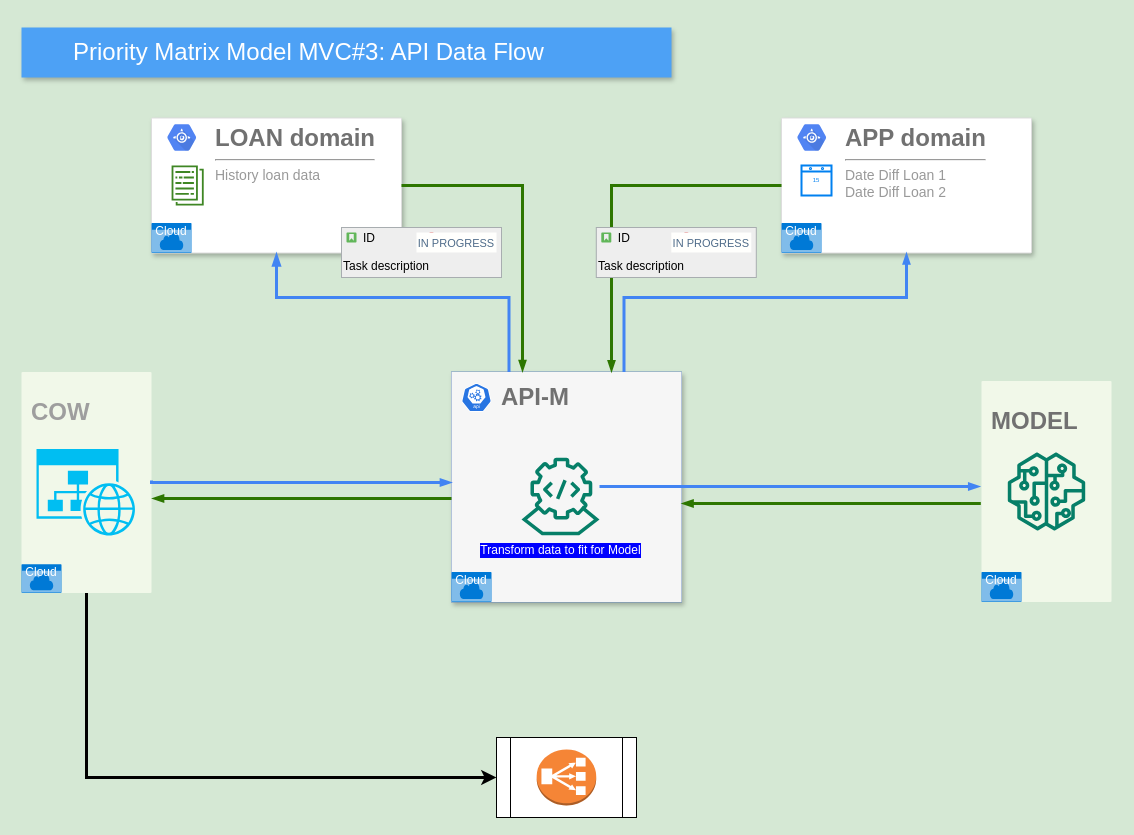
This is Copy of PriorityMatrixAPIDataFlow.drawio from kencheril/keep, a draw.io file, before an edit. Source tidied: cells renumbered, new cells numbered last; positions are measured from the earlier drawing's top-left corner, leaving out a move shared by most shapes. Both pictures are drawn from the tidied source at 100%, with x=0, y=0 at pixel (-77, 27).
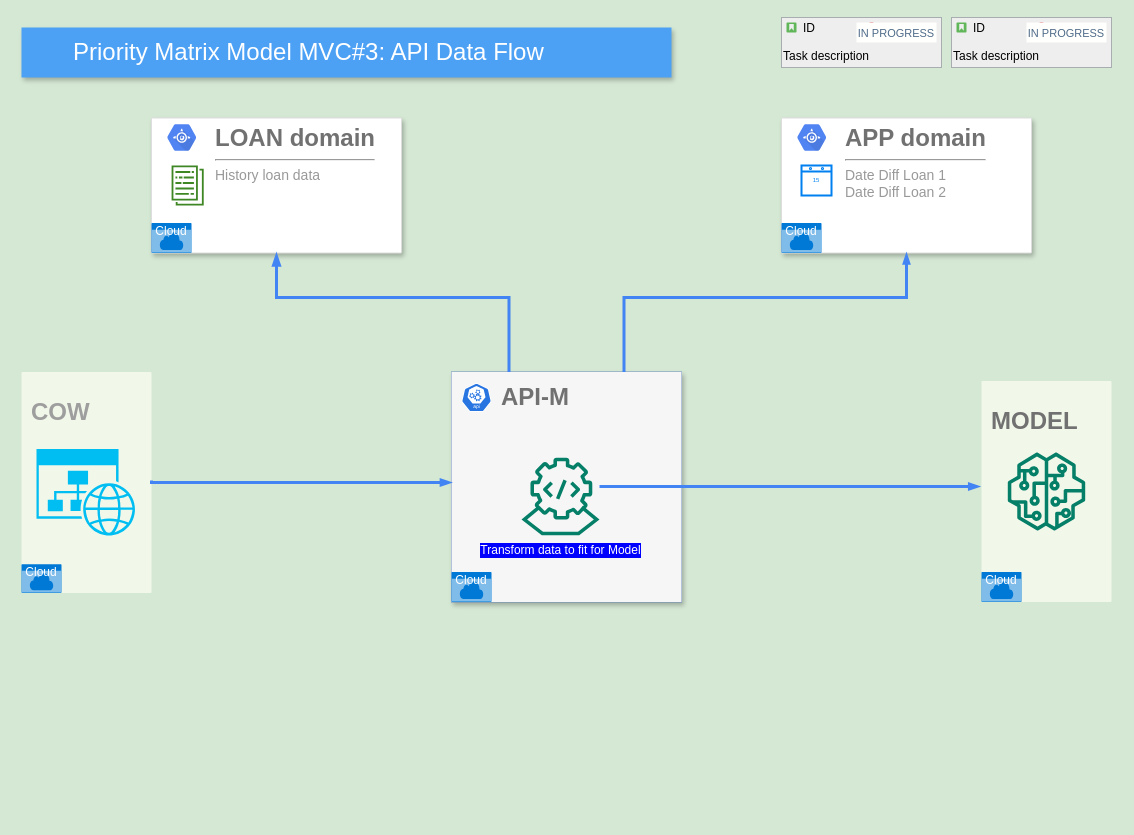
The same diagram, later.

Unchanged cells that the change refers to:
```xml
<mxCell id="6" value="&lt;h2&gt;&lt;font style=&quot;font-size: 24px;&quot;&gt;COW&lt;/font&gt;&lt;/h2&gt;" style="rounded=1;absoluteArcSize=1;arcSize=2;html=1;strokeColor=none;gradientColor=none;shadow=0;dashed=0;fontSize=12;fontColor=#9E9E9E;align=left;verticalAlign=top;spacing=10;spacingTop=-4;fillColor=#F1F8E9;" parent="5" vertex="1">
  <mxGeometry width="130" height="221" as="geometry" />
</mxCell>
<mxCell id="23" style="strokeColor=#dddddd;fillColor=#ffffff;shadow=1;strokeWidth=1;rounded=1;absoluteArcSize=1;arcSize=2;fontSize=11;fontColor=#9E9E9E;align=center;html=1;" parent="1" vertex="1">
  <mxGeometry x="858" y="90.5" width="250" height="135" as="geometry" />
</mxCell>
```

Change to the diagram source:
```diff
@@
-    <mxCell id="28" style="edgeStyle=elbowEdgeStyle;rounded=0;elbow=vertical;html=1;labelBackgroundColor=none;startFill=1;startSize=4;endArrow=blockThin;endFill=1;endSize=4;jettySize=auto;strokeColor=#2D7600;strokeWidth=3;fontSize=12;fontColor=#000000;align=left;dashed=0;entryX=0.626;entryY=-0.001;entryDx=0;entryDy=0;fillColor=#60a917;entryPerimeter=0;exitX=0;exitY=0.5;exitDx=0;exitDy=0;" parent="1" edge="1" source="23">
-      <mxGeometry relative="1" as="geometry">
-        <mxPoint x="688" y="344.3" as="targetPoint" />
-        <Array as="points">
-          <mxPoint x="764" y="158" />
-          <mxPoint x="579" y="370" />
-          <mxPoint x="419" y="382" />
-          <mxPoint x="409" y="422" />
-          <mxPoint x="409" y="372" />
-        </Array>
-      </mxGeometry>
-    </mxCell>
@@
-    <mxCell id="30" style="edgeStyle=elbowEdgeStyle;rounded=0;elbow=vertical;html=1;labelBackgroundColor=none;startFill=1;startSize=4;endArrow=blockThin;endFill=1;endSize=4;jettySize=auto;orthogonalLoop=1;strokeColor=#2D7600;strokeWidth=3;fontSize=12;fontColor=#000000;align=left;dashed=0;entryX=0.452;entryY=-0.002;entryDx=0;entryDy=0;fillColor=#60a917;entryPerimeter=0;" parent="1" edge="1">
-      <mxGeometry relative="1" as="geometry">
-        <mxPoint x="478" y="158" as="sourcePoint" />
-        <mxPoint x="599" y="344" as="targetPoint" />
-        <Array as="points">
-          <mxPoint x="525" y="158" />
-          <mxPoint x="515" y="120" />
-          <mxPoint x="520" y="340" />
-          <mxPoint x="360" y="352" />
-          <mxPoint x="350" y="392" />
-          <mxPoint x="350" y="342" />
-        </Array>
-      </mxGeometry>
-    </mxCell>
@@
-    <mxCell id="32" style="edgeStyle=elbowEdgeStyle;rounded=0;elbow=vertical;html=1;labelBackgroundColor=none;startFill=1;startSize=4;endArrow=blockThin;endFill=1;endSize=4;jettySize=auto;orthogonalLoop=1;strokeColor=#2D7600;strokeWidth=3;fontSize=12;fontColor=#000000;align=left;dashed=0;entryX=1.002;entryY=0.703;entryDx=0;entryDy=0;fillColor=#60a917;entryPerimeter=0;exitX=-0.005;exitY=0.69;exitDx=0;exitDy=0;exitPerimeter=0;" parent="1" edge="1">
-      <mxGeometry relative="1" as="geometry">
-        <mxPoint x="1057.3" y="476" as="sourcePoint" />
-        <mxPoint x="758.5" y="476.2" as="targetPoint" />
-        <Array as="points">
-          <mxPoint x="898" y="476" />
-          <mxPoint x="699" y="682" />
-          <mxPoint x="539" y="694" />
-          <mxPoint x="529" y="734" />
-          <mxPoint x="529" y="684" />
-        </Array>
-      </mxGeometry>
-    </mxCell>
-    <mxCell id="33" style="edgeStyle=elbowEdgeStyle;rounded=0;elbow=vertical;html=1;labelBackgroundColor=none;startFill=1;startSize=4;endArrow=blockThin;endFill=1;endSize=4;jettySize=auto;orthogonalLoop=1;strokeColor=#2D7600;strokeWidth=3;fontSize=12;fontColor=#000000;align=left;dashed=0;entryX=1.002;entryY=0.703;entryDx=0;entryDy=0;fillColor=#60a917;entryPerimeter=0;exitX=-0.005;exitY=0.69;exitDx=0;exitDy=0;exitPerimeter=0;" parent="1" edge="1">
-      <mxGeometry relative="1" as="geometry">
-        <mxPoint x="528" y="471" as="sourcePoint" />
-        <mxPoint x="229" y="471" as="targetPoint" />
-        <Array as="points">
-          <mxPoint x="369" y="471" />
-          <mxPoint x="170" y="677" />
-          <mxPoint x="10" y="689" />
-          <mxPoint y="729" />
-          <mxPoint y="679" />
-        </Array>
-      </mxGeometry>
-    </mxCell>
-    <mxCell id="34" style="shape=process;whiteSpace=wrap;html=1;backgroundOutline=1;" parent="1" vertex="1">
-      <mxGeometry x="573" y="710" width="140" height="80" as="geometry" />
-    </mxCell>
-    <mxCell id="35" style="edgeStyle=orthogonalEdgeStyle;rounded=0;jettySize=auto;html=1;fontSize=12;strokeWidth=3;labelBackgroundColor=none;" parent="1" edge="1" source="6" target="34">
-      <mxGeometry x="0.31" y="80" relative="1" as="geometry">
-        <Array as="points">
-          <mxPoint x="163" y="750" />
-        </Array>
-        <mxPoint x="1" as="offset" />
-      </mxGeometry>
-    </mxCell>
-    <mxCell id="36" style="dashed=0;verticalLabelPosition=bottom;verticalAlign=top;align=center;html=1;shape=mxgraph.aws3.classic_load_balancer;fillColor=#F58536;gradientColor=none;" parent="1" vertex="1">
-      <mxGeometry x="613.2" y="722" width="59.5" height="56" as="geometry" />
-    </mxCell>
     <mxCell id="37" value="Task description" style="html=1;shadow=0;dashed=0;shape=mxgraph.atlassian.issue;issueType=story;issuePriority=blocker;issueStatus=inProgress;verticalAlign=top;align=left;whiteSpace=wrap;overflow=hidden;spacingTop=25;strokeColor=#A8ADB0;fillColor=#EEEEEE;fontSize=12;backgroundOutline=1;sketch=0;" parent="1" vertex="1">
-      <mxGeometry x="418" y="200" width="160" height="50" as="geometry" />
+      <mxGeometry x="858" y="-10" width="160" height="50" as="geometry" />
     </mxCell>
@@
     <mxCell id="39" value="Task description" style="html=1;shadow=0;dashed=0;shape=mxgraph.atlassian.issue;issueType=story;issuePriority=blocker;issueStatus=inProgress;verticalAlign=top;align=left;whiteSpace=wrap;overflow=hidden;spacingTop=25;strokeColor=#A8ADB0;fillColor=#EEEEEE;fontSize=12;backgroundOutline=1;sketch=0;" parent="1" vertex="1">
-      <mxGeometry x="672.8" y="200" width="160" height="50" as="geometry" />
+      <mxGeometry x="1028" y="-10" width="160" height="50" as="geometry" />
     </mxCell>
```
